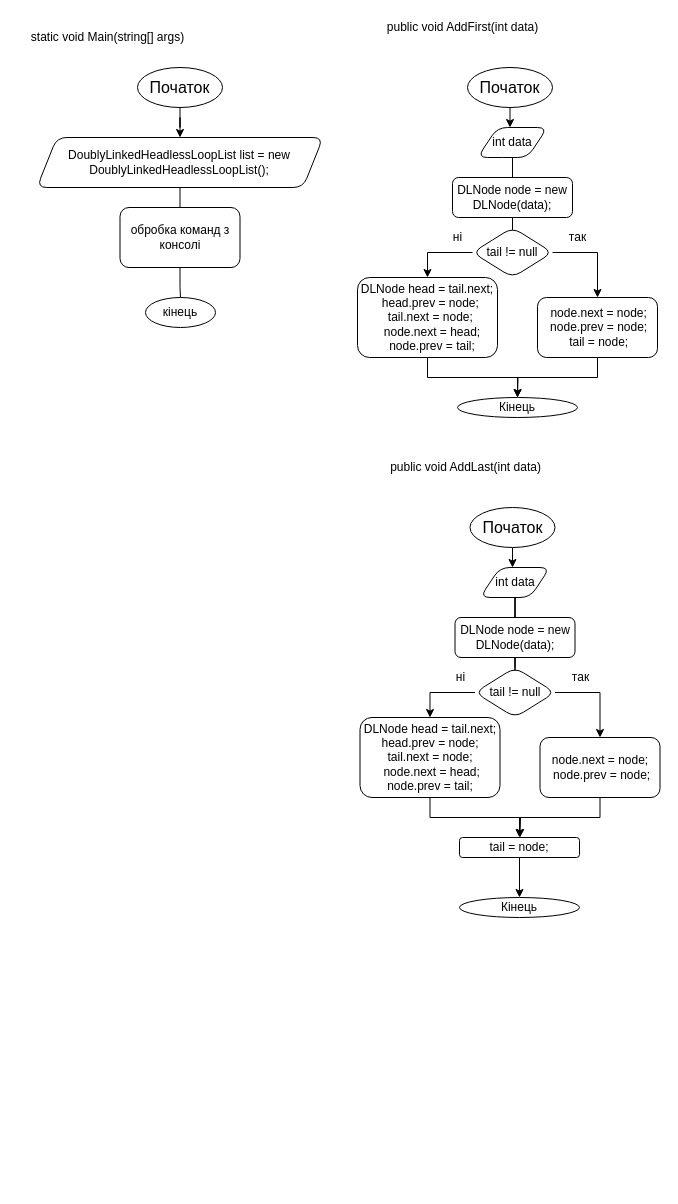
This is laba_4/Untitled Diagram.drawio from IKatiaI/ads-nahorna-kp13, a draw.io file, before an edit. Source tidied: cells renumbered, new cells numbered last; positions are measured from the earlier drawing's top-left corner, leaving out a move shared by most shapes. Both pictures are drawn from the tidied source at 100%, with x=0, y=0 at pixel (22, 17).
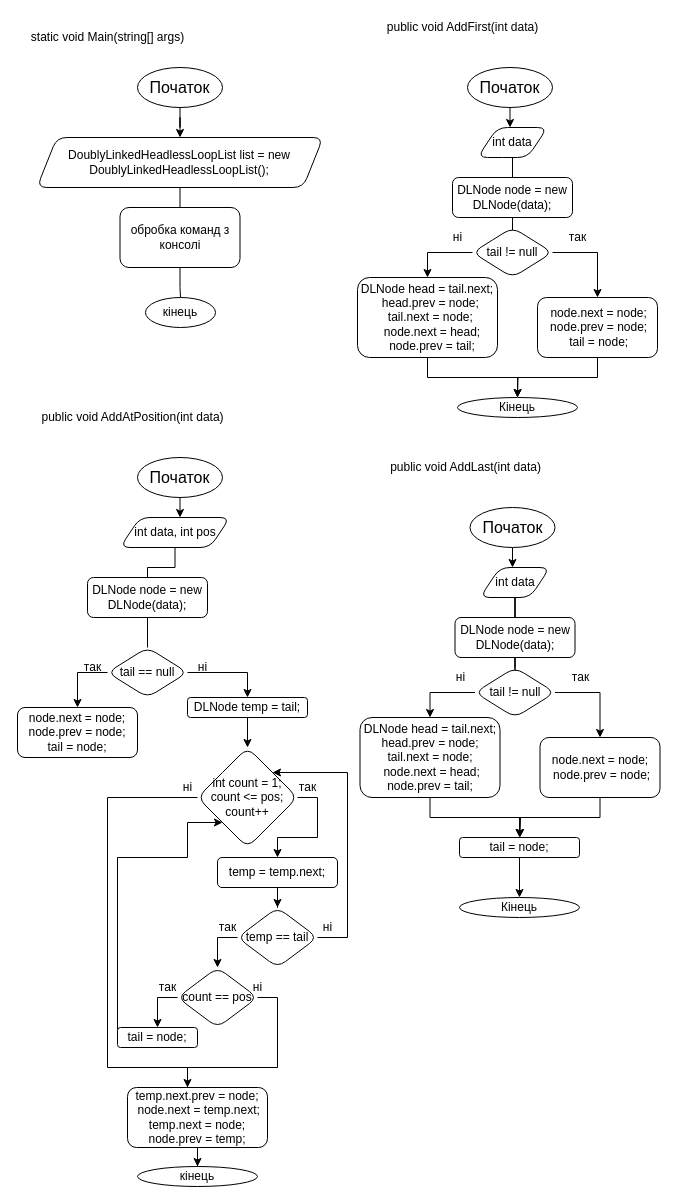
Above is the later version.

What changed in the source:
```diff
@@
+    <mxCell id="48" value="public void AddAtPosition(int data)" style="text;html=1;align=center;verticalAlign=middle;strokeColor=none;fillColor=none;" parent="1" vertex="1">
+      <mxGeometry x="10" y="390" width="200" height="20" as="geometry" />
+    </mxCell>
+    <mxCell id="49" style="edgeStyle=orthogonalEdgeStyle;rounded=0;jettySize=auto;html=1;exitX=0.5;exitY=1;exitDx=0;exitDy=0;fontSize=16;endArrow=classic;endFill=1;" parent="1" edge="1" source="50" target="52">
+      <mxGeometry relative="1" as="geometry">
+        <Array as="points">
+          <mxPoint x="158" y="510" />
+          <mxPoint x="158" y="510" />
+        </Array>
+      </mxGeometry>
+    </mxCell>
+    <mxCell id="50" value="Початок" style="ellipse;whiteSpace=wrap;html=1;fontSize=16;strokeWidth=1;rounded=1;" parent="1" vertex="1">
+      <mxGeometry x="115" y="440" width="85" height="40" as="geometry" />
+    </mxCell>
+    <mxCell id="51" style="edgeStyle=orthogonalEdgeStyle;rounded=0;jettySize=auto;html=1;exitX=0.5;exitY=1;exitDx=0;exitDy=0;endArrow=none;endFill=0;" parent="1" edge="1" source="52" target="54">
+      <mxGeometry relative="1" as="geometry" />
+    </mxCell>
+    <mxCell id="52" value="int data, int pos" style="shape=parallelogram;perimeter=parallelogramPerimeter;whiteSpace=wrap;html=1;fixedSize=1;rounded=1;" parent="1" vertex="1">
+      <mxGeometry x="97.5" y="500" width="110" height="30" as="geometry" />
+    </mxCell>
+    <mxCell id="53" style="edgeStyle=orthogonalEdgeStyle;rounded=0;jettySize=auto;html=1;exitX=0.5;exitY=1;exitDx=0;exitDy=0;endArrow=none;endFill=0;" parent="1" edge="1" source="54" target="57">
+      <mxGeometry relative="1" as="geometry" />
+    </mxCell>
+    <mxCell id="54" value="DLNode node = new DLNode(data);" style="rounded=1;whiteSpace=wrap;html=1;" parent="1" vertex="1">
+      <mxGeometry x="65" y="560" width="120" height="40" as="geometry" />
+    </mxCell>
+    <mxCell id="55" style="edgeStyle=orthogonalEdgeStyle;rounded=0;jettySize=auto;html=1;exitX=0;exitY=0.5;exitDx=0;exitDy=0;endArrow=classic;endFill=1;" parent="1" edge="1" source="57" target="60">
+      <mxGeometry relative="1" as="geometry" />
+    </mxCell>
+    <mxCell id="56" style="edgeStyle=orthogonalEdgeStyle;rounded=0;jettySize=auto;html=1;exitX=1;exitY=0.5;exitDx=0;exitDy=0;endArrow=classic;endFill=1;" parent="1" edge="1" source="57" target="62">
+      <mxGeometry relative="1" as="geometry" />
+    </mxCell>
+    <mxCell id="57" value="tail == null" style="rhombus;whiteSpace=wrap;html=1;rounded=1;" parent="1" vertex="1">
+      <mxGeometry x="85" y="630" width="80" height="50" as="geometry" />
+    </mxCell>
+    <mxCell id="58" value="ні" style="text;html=1;align=center;verticalAlign=middle;strokeColor=none;fillColor=none;" parent="1" vertex="1">
+      <mxGeometry x="165" y="640" width="30" height="20" as="geometry" />
+    </mxCell>
+    <mxCell id="59" value="так" style="text;html=1;align=center;verticalAlign=middle;strokeColor=none;fillColor=none;" parent="1" vertex="1">
+      <mxGeometry x="55" y="640" width="30" height="20" as="geometry" />
+    </mxCell>
+    <mxCell id="60" value="&lt;div&gt;node.next = node;&lt;/div&gt;&lt;div&gt;node.prev = node;&lt;/div&gt;&lt;div&gt;&lt;span&gt;tail = node;&lt;/span&gt;&lt;/div&gt;" style="rounded=1;whiteSpace=wrap;html=1;" parent="1" vertex="1">
+      <mxGeometry x="-5" y="690" width="120" height="50" as="geometry" />
+    </mxCell>
+    <mxCell id="61" style="edgeStyle=orthogonalEdgeStyle;rounded=0;jettySize=auto;html=1;exitX=0.5;exitY=1;exitDx=0;exitDy=0;endArrow=classic;endFill=1;" parent="1" edge="1" source="62" target="65">
+      <mxGeometry relative="1" as="geometry" />
+    </mxCell>
+    <mxCell id="62" value="DLNode temp = tail;" style="rounded=1;whiteSpace=wrap;html=1;" parent="1" vertex="1">
+      <mxGeometry x="165" y="680" width="120" height="20" as="geometry" />
+    </mxCell>
+    <mxCell id="63" style="edgeStyle=orthogonalEdgeStyle;rounded=0;jettySize=auto;html=1;exitX=1;exitY=0.5;exitDx=0;exitDy=0;endArrow=classic;endFill=1;" parent="1" edge="1" source="65" target="68">
+      <mxGeometry relative="1" as="geometry">
+        <Array as="points">
+          <mxPoint x="295" y="780" />
+          <mxPoint x="295" y="820" />
+          <mxPoint x="255" y="820" />
+        </Array>
+      </mxGeometry>
+    </mxCell>
+    <mxCell id="64" style="edgeStyle=orthogonalEdgeStyle;rounded=0;jettySize=auto;html=1;exitX=0;exitY=0.5;exitDx=0;exitDy=0;endArrow=classic;endFill=1;" parent="1" edge="1" source="65">
+      <mxGeometry relative="1" as="geometry">
+        <mxPoint x="165" y="1080" as="targetPoint" />
+        <Array as="points">
+          <mxPoint x="85" y="780" />
+          <mxPoint x="85" y="1050" />
+          <mxPoint x="165" y="1050" />
+        </Array>
+      </mxGeometry>
+    </mxCell>
+    <mxCell id="65" value="int count = 1; count &amp;lt;= pos; count++" style="rhombus;whiteSpace=wrap;html=1;rounded=1;arcSize=21;" parent="1" vertex="1">
+      <mxGeometry x="175" y="730" width="100" height="100" as="geometry" />
+    </mxCell>
+    <mxCell id="66" value="так" style="text;html=1;align=center;verticalAlign=middle;strokeColor=none;fillColor=none;" parent="1" vertex="1">
+      <mxGeometry x="270" y="760" width="30" height="20" as="geometry" />
+    </mxCell>
+    <mxCell id="67" style="edgeStyle=orthogonalEdgeStyle;rounded=0;jettySize=auto;html=1;exitX=0.5;exitY=1;exitDx=0;exitDy=0;endArrow=classic;endFill=1;" parent="1" edge="1" source="68" target="71">
+      <mxGeometry relative="1" as="geometry" />
+    </mxCell>
+    <mxCell id="68" value="temp = temp.next;" style="rounded=1;whiteSpace=wrap;html=1;" parent="1" vertex="1">
+      <mxGeometry x="195" y="840" width="120" height="30" as="geometry" />
+    </mxCell>
+    <mxCell id="69" style="edgeStyle=orthogonalEdgeStyle;rounded=0;jettySize=auto;html=1;exitX=0;exitY=0.5;exitDx=0;exitDy=0;endArrow=classic;endFill=1;" parent="1" edge="1" source="71" target="76">
+      <mxGeometry relative="1" as="geometry" />
+    </mxCell>
+    <mxCell id="70" style="edgeStyle=orthogonalEdgeStyle;rounded=0;jettySize=auto;html=1;exitX=1;exitY=0.5;exitDx=0;exitDy=0;endArrow=classic;endFill=1;entryX=1;entryY=0;entryDx=0;entryDy=0;" parent="1" edge="1" source="71" target="65">
+      <mxGeometry relative="1" as="geometry">
+        <Array as="points">
+          <mxPoint x="325" y="920" />
+          <mxPoint x="325" y="755" />
+        </Array>
+      </mxGeometry>
+    </mxCell>
+    <mxCell id="71" value="temp == tail" style="rhombus;whiteSpace=wrap;html=1;rounded=1;" parent="1" vertex="1">
+      <mxGeometry x="215" y="890" width="80" height="60" as="geometry" />
+    </mxCell>
+    <mxCell id="72" value="так" style="text;html=1;align=center;verticalAlign=middle;strokeColor=none;fillColor=none;" parent="1" vertex="1">
+      <mxGeometry x="190" y="900" width="30" height="20" as="geometry" />
+    </mxCell>
+    <mxCell id="73" value="ні" style="text;html=1;align=center;verticalAlign=middle;strokeColor=none;fillColor=none;" parent="1" vertex="1">
+      <mxGeometry x="290" y="900" width="30" height="20" as="geometry" />
+    </mxCell>
+    <mxCell id="74" style="edgeStyle=orthogonalEdgeStyle;rounded=0;jettySize=auto;html=1;exitX=0;exitY=0.5;exitDx=0;exitDy=0;endArrow=classic;endFill=1;" parent="1" edge="1" source="76" target="80">
+      <mxGeometry relative="1" as="geometry" />
+    </mxCell>
+    <mxCell id="75" style="edgeStyle=orthogonalEdgeStyle;rounded=0;jettySize=auto;html=1;exitX=1;exitY=0.5;exitDx=0;exitDy=0;endArrow=classic;endFill=1;" parent="1" edge="1" source="76" target="83">
+      <mxGeometry relative="1" as="geometry">
+        <Array as="points">
+          <mxPoint x="255" y="980" />
+          <mxPoint x="255" y="1050" />
+          <mxPoint x="165" y="1050" />
+        </Array>
+      </mxGeometry>
+    </mxCell>
+    <mxCell id="76" value="count == pos" style="rhombus;whiteSpace=wrap;html=1;rounded=1;" parent="1" vertex="1">
+      <mxGeometry x="155" y="950" width="80" height="60" as="geometry" />
+    </mxCell>
+    <mxCell id="77" value="так" style="text;html=1;align=center;verticalAlign=middle;strokeColor=none;fillColor=none;" parent="1" vertex="1">
+      <mxGeometry x="130" y="960" width="30" height="20" as="geometry" />
+    </mxCell>
+    <mxCell id="78" value="ні" style="text;html=1;align=center;verticalAlign=middle;strokeColor=none;fillColor=none;" parent="1" vertex="1">
+      <mxGeometry x="220" y="960" width="30" height="20" as="geometry" />
+    </mxCell>
+    <mxCell id="79" style="edgeStyle=orthogonalEdgeStyle;rounded=0;jettySize=auto;html=1;exitX=0;exitY=0.5;exitDx=0;exitDy=0;endArrow=classic;endFill=1;entryX=0;entryY=1;entryDx=0;entryDy=0;" parent="1" edge="1" source="80" target="65">
+      <mxGeometry relative="1" as="geometry">
+        <Array as="points">
+          <mxPoint x="95" y="840" />
+          <mxPoint x="165" y="840" />
+          <mxPoint x="165" y="805" />
+        </Array>
+      </mxGeometry>
+    </mxCell>
+    <mxCell id="80" value="tail = node;" style="rounded=1;whiteSpace=wrap;html=1;" parent="1" vertex="1">
+      <mxGeometry x="95" y="1010" width="80" height="20" as="geometry" />
+    </mxCell>
+    <mxCell id="81" value="ні" style="text;html=1;align=center;verticalAlign=middle;strokeColor=none;fillColor=none;" parent="1" vertex="1">
+      <mxGeometry x="150" y="760" width="30" height="20" as="geometry" />
+    </mxCell>
+    <mxCell id="82" style="edgeStyle=orthogonalEdgeStyle;rounded=0;jettySize=auto;html=1;exitX=0.5;exitY=1;exitDx=0;exitDy=0;endArrow=classic;endFill=1;" parent="1" edge="1" source="83" target="84">
+      <mxGeometry relative="1" as="geometry" />
+    </mxCell>
+    <mxCell id="83" value="&lt;div&gt;temp.next.prev = node;&lt;/div&gt;&lt;div&gt;&amp;nbsp;node.next = temp.next;&lt;/div&gt;&lt;div&gt;temp.next = node;&lt;/div&gt;&lt;div&gt;node.prev = temp;&lt;/div&gt;" style="rounded=1;whiteSpace=wrap;html=1;" parent="1" vertex="1">
+      <mxGeometry x="105" y="1070" width="140" height="60" as="geometry" />
+    </mxCell>
+    <mxCell id="84" value="кінець" style="ellipse;whiteSpace=wrap;html=1;rounded=1;" parent="1" vertex="1">
+      <mxGeometry x="115" y="1149" width="120" height="20" as="geometry" />
+    </mxCell>
```
